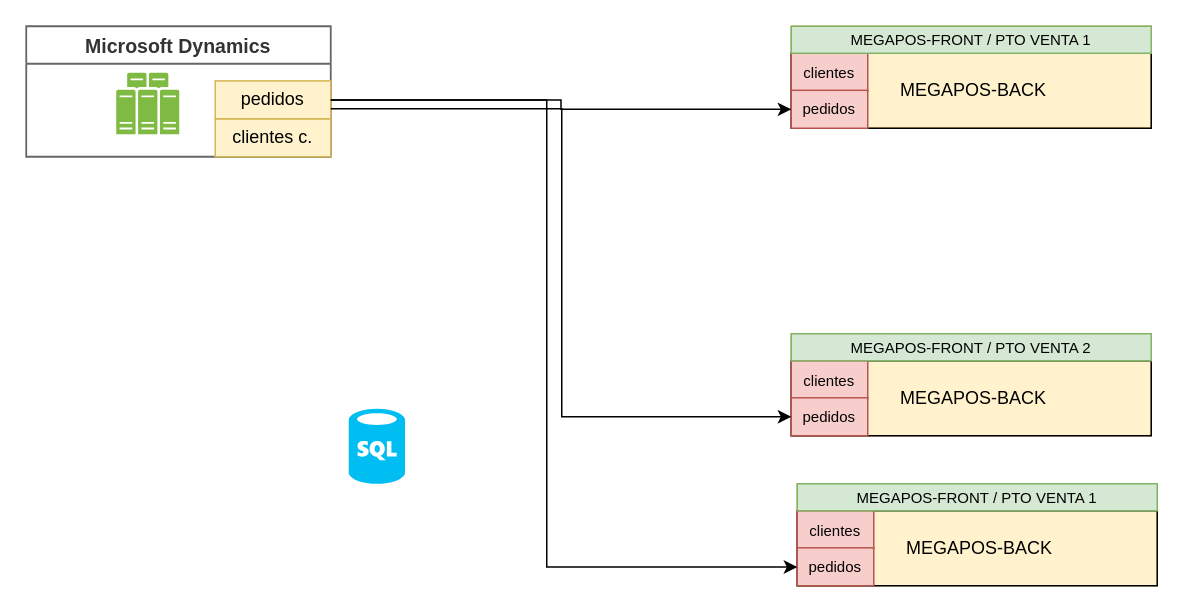
Before: page "Transferencias" (7 of 7) of arquitectura-megaprofer.drawio in whuera/arquitectura-megaprofer, a draw.io diagram. Source tidied: cells renumbered, new cells numbered last; positions are measured from the earlier drawing's top-left corner, leaving out a move shared by most shapes. Both pictures are drawn from the tidied source at 150%, with x=0, y=0 at pixel (26, 26).
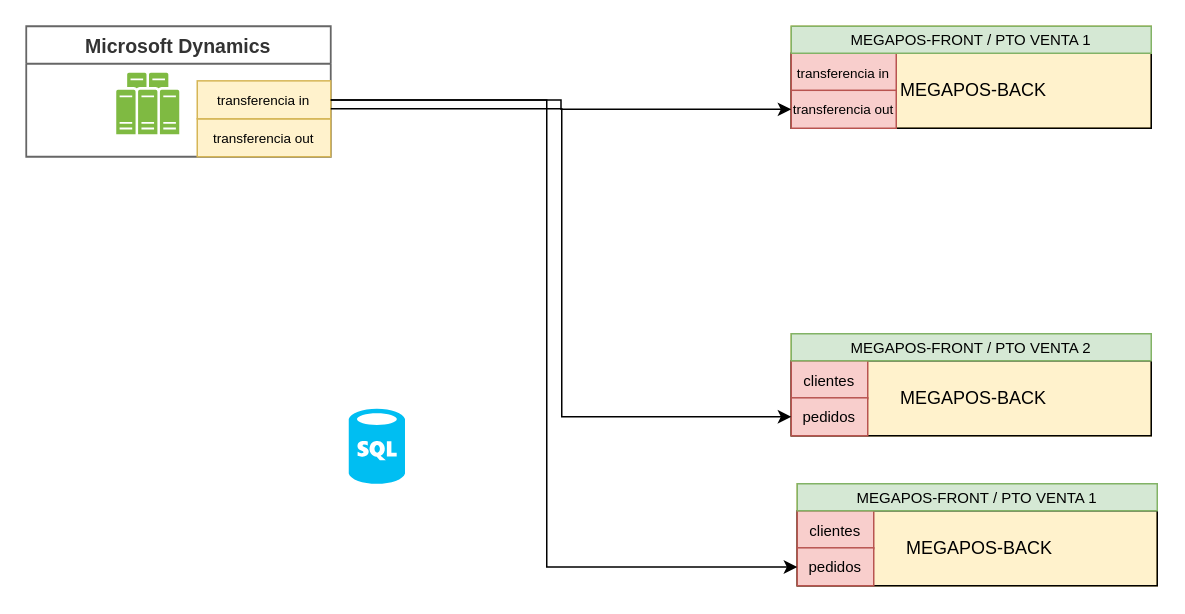
The same diagram, later.

Unchanged cells that the change refers to:
```xml
<mxCell id="3" style="group;fillColor=#fff2cc;strokeColor=#d6b656;" parent="2" vertex="1">
  <mxGeometry width="240" height="68" as="geometry" />
</mxCell>
<mxCell id="25" value="Microsoft Dynamics" style="shape=swimlane;startSize=25;fontSize=13;fontColor=#333333;fontStyle=1;align=center;strokeColor=#666666;strokeOpacity=100;fillOpacity=100;rotation=0;fillColor=#ffffff;strokeWidth=1.2;" parent="24" vertex="1">
  <mxGeometry width="203" height="87" as="geometry" />
</mxCell>
```

Diff of the diagram source:
```diff
@@
-    <mxCell id="5" value="clientes" style="rounded=0;whiteSpace=wrap;html=1;fillColor=#f8cecc;strokeColor=#b85450;fontSize=10;" parent="3" vertex="1">
-      <mxGeometry y="18" width="51" height="25.3" as="geometry" />
+    <mxCell id="5" value="&lt;font style=&quot;font-size: 9px&quot;&gt;transferencia in&lt;/font&gt;" style="rounded=0;whiteSpace=wrap;html=1;fillColor=#f8cecc;strokeColor=#b85450;fontSize=10;" parent="3" vertex="1">
+      <mxGeometry y="18" width="70" height="25.3" as="geometry" />
     </mxCell>
-    <mxCell id="6" value="pedidos" style="rounded=0;whiteSpace=wrap;html=1;fillColor=#f8cecc;strokeColor=#b85450;fontSize=10;" parent="3" vertex="1">
-      <mxGeometry y="42.7" width="51" height="25.3" as="geometry" />
+    <mxCell id="6" value="&lt;font style=&quot;font-size: 9px&quot;&gt;transferencia out&lt;/font&gt;" style="rounded=0;whiteSpace=wrap;html=1;fillColor=#f8cecc;strokeColor=#b85450;fontSize=10;" parent="3" vertex="1">
+      <mxGeometry y="42.7" width="70" height="25.3" as="geometry" />
     </mxCell>
@@
-    <mxCell id="27" value="clientes c." style="rounded=0;whiteSpace=wrap;html=1;fillColor=#fff2cc;strokeColor=#d6b656;" parent="25" vertex="1">
-      <mxGeometry x="126" y="61.7" width="77" height="25.3" as="geometry" />
+    <mxCell id="27" value="&lt;font style=&quot;font-size: 9px&quot;&gt;transferencia out&lt;/font&gt;" style="rounded=0;whiteSpace=wrap;html=1;fillColor=#fff2cc;strokeColor=#d6b656;" parent="25" vertex="1">
+      <mxGeometry x="114" y="61.7" width="89" height="25.3" as="geometry" />
     </mxCell>
-    <mxCell id="28" value="pedidos" style="rounded=0;whiteSpace=wrap;html=1;fillColor=#fff2cc;strokeColor=#d6b656;" parent="25" vertex="1">
-      <mxGeometry x="126" y="36.4" width="77" height="25.3" as="geometry" />
+    <mxCell id="28" value="&lt;font style=&quot;font-size: 9px&quot;&gt;transferencia in&lt;/font&gt;" style="rounded=0;whiteSpace=wrap;html=1;fillColor=#fff2cc;strokeColor=#d6b656;" parent="25" vertex="1">
+      <mxGeometry x="114" y="36.4" width="89" height="25.3" as="geometry" />
     </mxCell>
```
